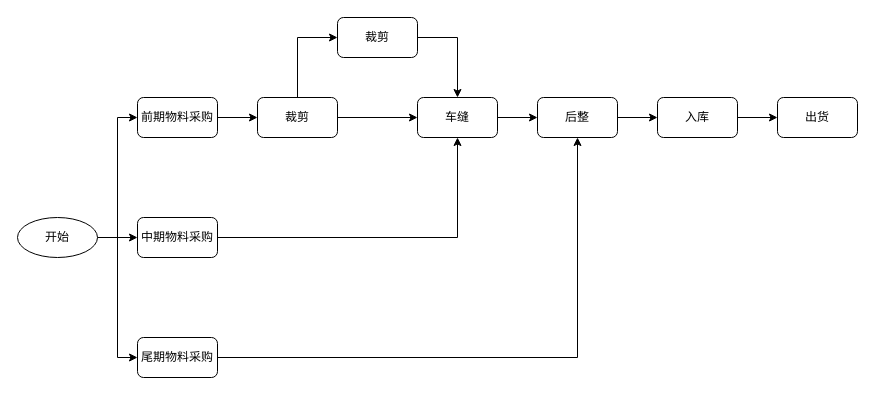
Earlier version of the draw.io diagram MyDrawFlow.drawio (wyb-git/mydoc). Source tidied: cells renumbered, new cells numbered last; positions are measured from the earlier drawing's top-left corner, leaving out a move shared by most shapes. Both pictures are drawn from the tidied source at 100%, with x=0, y=0 at pixel (17, 17).
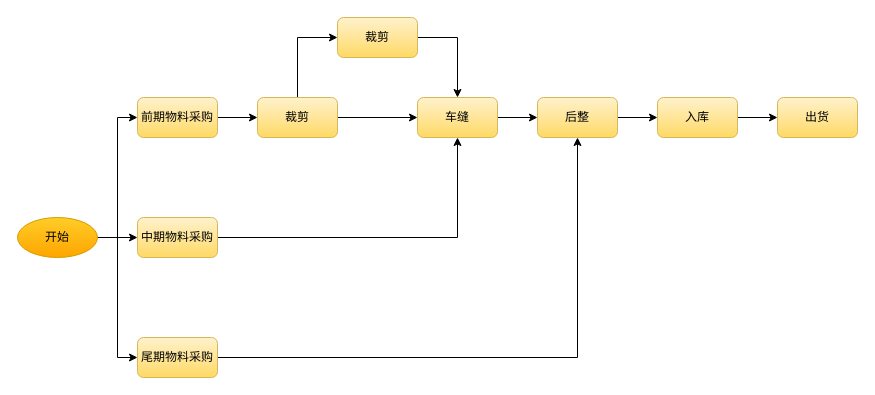
After the change.

Diff of the diagram source:
```diff
@@
-    <mxCell id="5" value="开始" style="ellipse;whiteSpace=wrap;html=1;" parent="1" vertex="1">
+    <mxCell id="5" value="开始" style="ellipse;whiteSpace=wrap;html=1;gradientColor=#ffa500;fillColor=#ffcd28;strokeColor=#d79b00;" parent="1" vertex="1">
       <mxGeometry y="200" width="80" height="40" as="geometry" />
     </mxCell>
@@
-    <mxCell id="7" value="前期物料采购" style="rounded=1;whiteSpace=wrap;html=1;" parent="1" vertex="1">
+    <mxCell id="7" value="前期物料采购" style="rounded=1;whiteSpace=wrap;html=1;fillColor=#fff2cc;strokeColor=#d6b656;gradientColor=#ffd966;" parent="1" vertex="1">
       <mxGeometry x="120" y="80" width="80" height="40" as="geometry" />
     </mxCell>
@@
-    <mxCell id="10" value="尾期物料采购" style="rounded=1;whiteSpace=wrap;html=1;" parent="1" vertex="1">
+    <mxCell id="10" value="尾期物料采购" style="rounded=1;whiteSpace=wrap;html=1;gradientColor=#ffd966;fillColor=#fff2cc;strokeColor=#d6b656;" parent="1" vertex="1">
       <mxGeometry x="120" y="320" width="80" height="40" as="geometry" />
     </mxCell>
@@
-    <mxCell id="13" value="裁剪" style="rounded=1;whiteSpace=wrap;html=1;" parent="1" vertex="1">
+    <mxCell id="13" value="裁剪" style="rounded=1;whiteSpace=wrap;html=1;gradientColor=#ffd966;fillColor=#fff2cc;strokeColor=#d6b656;" parent="1" vertex="1">
       <mxGeometry x="240" y="80" width="80" height="40" as="geometry" />
     </mxCell>
@@
-    <mxCell id="15" value="车缝" style="rounded=1;whiteSpace=wrap;html=1;" parent="1" vertex="1">
+    <mxCell id="15" value="车缝" style="rounded=1;whiteSpace=wrap;html=1;gradientColor=#ffd966;fillColor=#fff2cc;strokeColor=#d6b656;" parent="1" vertex="1">
       <mxGeometry x="400" y="80" width="80" height="40" as="geometry" />
     </mxCell>
@@
-    <mxCell id="17" value="裁剪" style="rounded=1;whiteSpace=wrap;html=1;" parent="1" vertex="1">
+    <mxCell id="17" value="裁剪" style="rounded=1;whiteSpace=wrap;html=1;gradientColor=#ffd966;fillColor=#fff2cc;strokeColor=#d6b656;" parent="1" vertex="1">
       <mxGeometry x="320" width="80" height="40" as="geometry" />
     </mxCell>
-    <mxCell id="18" value="中期物料采购" style="rounded=1;whiteSpace=wrap;html=1;" parent="1" vertex="1">
+    <mxCell id="18" value="中期物料采购" style="rounded=1;whiteSpace=wrap;html=1;gradientColor=#ffd966;fillColor=#fff2cc;strokeColor=#d6b656;" parent="1" vertex="1">
       <mxGeometry x="120" y="200" width="80" height="40" as="geometry" />
     </mxCell>
@@
-    <mxCell id="20" value="后整" style="rounded=1;whiteSpace=wrap;html=1;" parent="1" vertex="1">
+    <mxCell id="20" value="后整" style="rounded=1;whiteSpace=wrap;html=1;gradientColor=#ffd966;fillColor=#fff2cc;strokeColor=#d6b656;" parent="1" vertex="1">
       <mxGeometry x="520" y="80" width="80" height="40" as="geometry" />
     </mxCell>
@@
-    <mxCell id="22" value="入库" style="rounded=1;whiteSpace=wrap;html=1;" parent="1" vertex="1">
+    <mxCell id="22" value="入库" style="rounded=1;whiteSpace=wrap;html=1;gradientColor=#ffd966;fillColor=#fff2cc;strokeColor=#d6b656;" parent="1" vertex="1">
       <mxGeometry x="640" y="80" width="80" height="40" as="geometry" />
     </mxCell>
-    <mxCell id="23" value="出货" style="rounded=1;whiteSpace=wrap;html=1;" parent="1" vertex="1">
+    <mxCell id="23" value="出货" style="rounded=1;whiteSpace=wrap;html=1;gradientColor=#ffd966;fillColor=#fff2cc;strokeColor=#d6b656;" parent="1" vertex="1">
       <mxGeometry x="760" y="80" width="80" height="40" as="geometry" />
     </mxCell>
```
